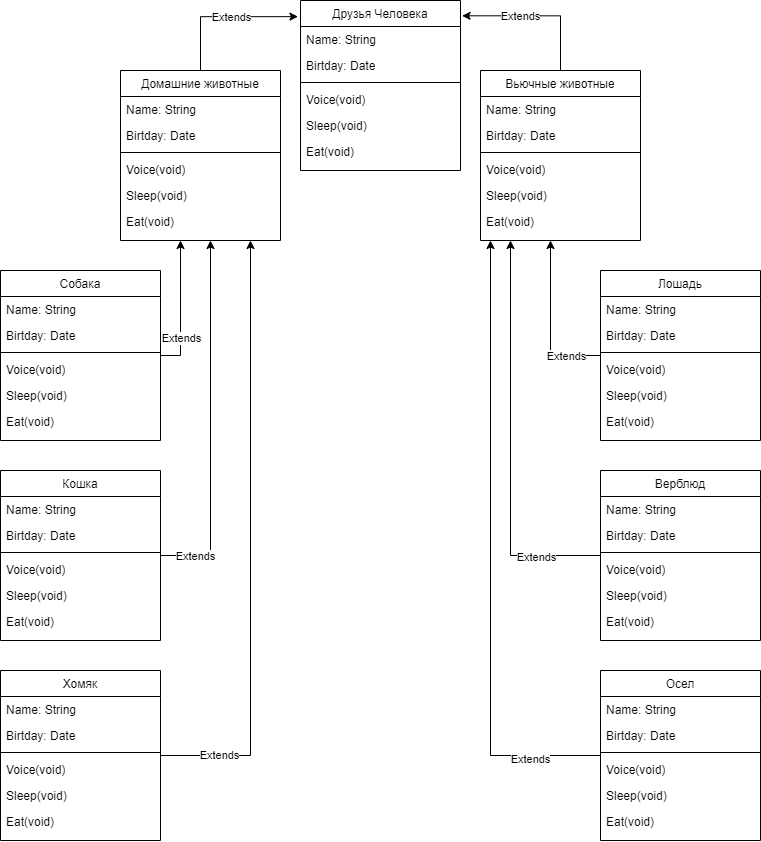
Before: Scrinshots/Диограмма.drawio.png, a diagram exported from draw.io (ZhekaProff/Final-certification). Source tidied: cells renumbered, new cells last; positions are measured from the earlier drawing's top-left corner, leaving out a move shared by most shapes.
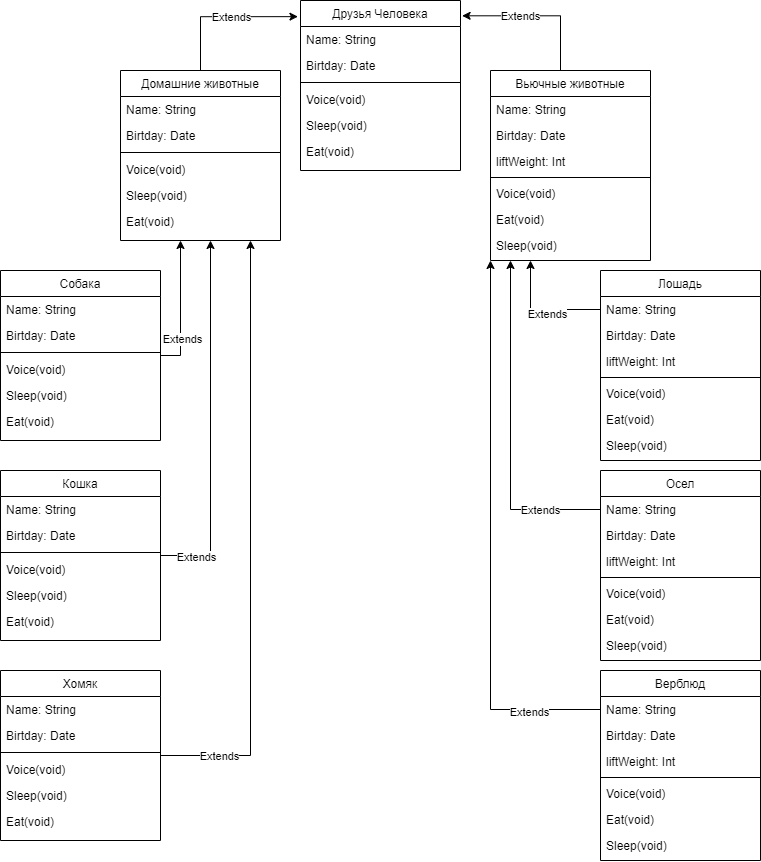
The same diagram one commit later.

Change to the diagram source:
```diff
@@ -50,8 +50,9 @@
     <mxCell id="17" value="Eat(void)" style="text;align=left;verticalAlign=top;spacingLeft=4;spacingRight=4;overflow=hidden;" parent="11" vertex="1">
       <mxGeometry y="138" width="160" height="26" as="geometry" />
     </mxCell>
-    <mxCell id="18" style="edgeStyle=orthogonalEdgeStyle;rounded=0;jettySize=auto;html=1;entryX=1.01;entryY=0.09;entryDx=0;entryDy=0;entryPerimeter=0;labelBorderColor=none;" parent="1" edge="1" source="20" target="2">
+    <mxCell id="18" style="edgeStyle=orthogonalEdgeStyle;rounded=0;jettySize=auto;html=1;entryX=1.01;entryY=0.09;entryDx=0;entryDy=0;entryPerimeter=0;labelBorderColor=none;" parent="1" edge="1" target="2">
       <mxGeometry relative="1" as="geometry">
+        <mxPoint x="560" y="70" as="sourcePoint" />
         <Array as="points">
           <mxPoint x="560" y="15" />
         </Array>
@@ -60,27 +61,6 @@
     <mxCell id="19" value="Extends" style="edgeLabel;html=1;align=center;verticalAlign=middle;" parent="18" vertex="1">
       <mxGeometry x="0.24" relative="1" as="geometry" />
     </mxCell>
-    <mxCell id="20" value="Вьючные животные" style="swimlane;fontStyle=0;align=center;verticalAlign=top;horizontal=1;startSize=26;rounded=0;shadow=0;strokeWidth=1;" parent="1" vertex="1">
-      <mxGeometry x="480" y="70" width="160" height="170" as="geometry" />
-    </mxCell>
-    <mxCell id="21" value="Name: String" style="text;align=left;verticalAlign=top;spacingLeft=4;spacingRight=4;overflow=hidden;" parent="20" vertex="1">
-      <mxGeometry y="26" width="160" height="26" as="geometry" />
-    </mxCell>
-    <mxCell id="22" value="Birtday: Date" style="text;align=left;verticalAlign=top;spacingLeft=4;spacingRight=4;overflow=hidden;rounded=0;shadow=0;html=0;" parent="20" vertex="1">
-      <mxGeometry y="52" width="160" height="26" as="geometry" />
-    </mxCell>
-    <mxCell id="23" style="line;html=1;strokeWidth=1;align=left;verticalAlign=middle;spacingTop=-1;spacingLeft=3;spacingRight=3;labelPosition=right;" parent="20" vertex="1">
-      <mxGeometry y="78" width="160" height="8" as="geometry" />
-    </mxCell>
-    <mxCell id="24" value="Voice(void)" style="text;align=left;verticalAlign=top;spacingLeft=4;spacingRight=4;overflow=hidden;" parent="20" vertex="1">
-      <mxGeometry y="86" width="160" height="26" as="geometry" />
-    </mxCell>
-    <mxCell id="25" value="Sleep(void)" style="text;align=left;verticalAlign=top;spacingLeft=4;spacingRight=4;overflow=hidden;" parent="20" vertex="1">
-      <mxGeometry y="112" width="160" height="26" as="geometry" />
-    </mxCell>
-    <mxCell id="26" value="Eat(void)" style="text;align=left;verticalAlign=top;spacingLeft=4;spacingRight=4;overflow=hidden;" parent="20" vertex="1">
-      <mxGeometry y="138" width="160" height="26" as="geometry" />
-    </mxCell>
     <mxCell id="27" style="edgeStyle=orthogonalEdgeStyle;rounded=0;jettySize=auto;html=1;labelBorderColor=none;" parent="1" edge="1" source="29">
       <mxGeometry relative="1" as="geometry">
         <mxPoint x="180" y="240" as="targetPoint" />
@@ -168,92 +148,121 @@
     <mxCell id="53" value="Eat(void)" style="text;align=left;verticalAlign=top;spacingLeft=4;spacingRight=4;overflow=hidden;" parent="47" vertex="1">
       <mxGeometry y="138" width="160" height="26" as="geometry" />
     </mxCell>
-    <mxCell id="54" style="edgeStyle=orthogonalEdgeStyle;rounded=0;jettySize=auto;html=1;labelBorderColor=none;" parent="1" edge="1" source="56">
-      <mxGeometry relative="1" as="geometry">
-        <mxPoint x="550" y="240" as="targetPoint" />
-      </mxGeometry>
-    </mxCell>
-    <mxCell id="55" value="Extends" style="edgeLabel;html=1;align=center;verticalAlign=middle;" parent="54" vertex="1">
-      <mxGeometry x="-0.59" y="1" relative="1" as="geometry" />
-    </mxCell>
+    <mxCell id="20" value="Вьючные животные" style="swimlane;fontStyle=0;align=center;verticalAlign=top;horizontal=1;startSize=26;rounded=0;shadow=0;strokeWidth=1;" parent="1" vertex="1">
+      <mxGeometry x="490" y="70" width="160" height="190" as="geometry" />
+    </mxCell>
+    <mxCell id="81" value="Name: String" style="text;align=left;verticalAlign=top;spacingLeft=4;spacingRight=4;overflow=hidden;" parent="20" vertex="1">
+      <mxGeometry y="26" width="160" height="26" as="geometry" />
+    </mxCell>
+    <mxCell id="82" value="Birtday: Date" style="text;align=left;verticalAlign=top;spacingLeft=4;spacingRight=4;overflow=hidden;rounded=0;shadow=0;html=0;" parent="20" vertex="1">
+      <mxGeometry y="52" width="160" height="26" as="geometry" />
+    </mxCell>
+    <mxCell id="83" value="liftWeight: Int" style="text;align=left;verticalAlign=top;spacingLeft=4;spacingRight=4;overflow=hidden;rounded=0;shadow=0;html=0;" parent="20" vertex="1">
+      <mxGeometry y="78" width="160" height="26" as="geometry" />
+    </mxCell>
+    <mxCell id="84" style="line;html=1;strokeWidth=1;align=left;verticalAlign=middle;spacingTop=-1;spacingLeft=3;spacingRight=3;labelPosition=right;" parent="20" vertex="1">
+      <mxGeometry y="104" width="160" height="6" as="geometry" />
+    </mxCell>
+    <mxCell id="85" value="Voice(void)" style="text;align=left;verticalAlign=top;spacingLeft=4;spacingRight=4;overflow=hidden;" parent="20" vertex="1">
+      <mxGeometry y="110" width="160" height="26" as="geometry" />
+    </mxCell>
+    <mxCell id="86" value="Eat(void)" style="text;align=left;verticalAlign=top;spacingLeft=4;spacingRight=4;overflow=hidden;" parent="20" vertex="1">
+      <mxGeometry y="136" width="160" height="26" as="geometry" />
+    </mxCell>
+    <mxCell id="87" value="Sleep(void)" style="text;align=left;verticalAlign=top;spacingLeft=4;spacingRight=4;overflow=hidden;" parent="20" vertex="1">
+      <mxGeometry y="162" width="160" height="26" as="geometry" />
+    </mxCell>
     <mxCell id="56" value="Лошадь" style="swimlane;fontStyle=0;align=center;verticalAlign=top;horizontal=1;startSize=26;rounded=0;shadow=0;strokeWidth=1;" parent="1" vertex="1">
-      <mxGeometry x="600" y="270" width="160" height="170" as="geometry" />
+      <mxGeometry x="600" y="270" width="160" height="190" as="geometry" />
     </mxCell>
-    <mxCell id="57" value="Name: String" style="text;align=left;verticalAlign=top;spacingLeft=4;spacingRight=4;overflow=hidden;" parent="56" vertex="1">
-      <mxGeometry y="26" width="160" height="26" as="geometry" />
-    </mxCell>
-    <mxCell id="58" value="Birtday: Date" style="text;align=left;verticalAlign=top;spacingLeft=4;spacingRight=4;overflow=hidden;rounded=0;shadow=0;html=0;" parent="56" vertex="1">
-      <mxGeometry y="52" width="160" height="26" as="geometry" />
-    </mxCell>
-    <mxCell id="59" style="line;html=1;strokeWidth=1;align=left;verticalAlign=middle;spacingTop=-1;spacingLeft=3;spacingRight=3;labelPosition=right;" parent="56" vertex="1">
-      <mxGeometry y="78" width="160" height="8" as="geometry" />
-    </mxCell>
-    <mxCell id="60" value="Voice(void)" style="text;align=left;verticalAlign=top;spacingLeft=4;spacingRight=4;overflow=hidden;" parent="56" vertex="1">
-      <mxGeometry y="86" width="160" height="26" as="geometry" />
-    </mxCell>
-    <mxCell id="61" value="Sleep(void)" style="text;align=left;verticalAlign=top;spacingLeft=4;spacingRight=4;overflow=hidden;" parent="56" vertex="1">
-      <mxGeometry y="112" width="160" height="26" as="geometry" />
-    </mxCell>
-    <mxCell id="62" value="Eat(void)" style="text;align=left;verticalAlign=top;spacingLeft=4;spacingRight=4;overflow=hidden;" parent="56" vertex="1">
-      <mxGeometry y="138" width="160" height="26" as="geometry" />
-    </mxCell>
-    <mxCell id="63" style="edgeStyle=orthogonalEdgeStyle;rounded=0;jettySize=auto;html=1;labelBorderColor=none;" parent="1" edge="1" source="65">
-      <mxGeometry relative="1" as="geometry">
-        <mxPoint x="510" y="240" as="targetPoint" />
-      </mxGeometry>
-    </mxCell>
-    <mxCell id="64" value="Extends" style="edgeLabel;html=1;align=center;verticalAlign=middle;" parent="63" vertex="1">
-      <mxGeometry x="-0.68" y="2" relative="1" as="geometry" />
-    </mxCell>
+    <mxCell id="88" value="Name: String" style="text;align=left;verticalAlign=top;spacingLeft=4;spacingRight=4;overflow=hidden;points=[[0,0.5],[1,0.5]];portConstraint=eastwest;" parent="56" vertex="1">
+      <mxGeometry y="26" width="160" height="26" as="geometry" />
+    </mxCell>
+    <mxCell id="89" value="Birtday: Date" style="text;align=left;verticalAlign=top;spacingLeft=4;spacingRight=4;overflow=hidden;rounded=0;shadow=0;html=0;" parent="56" vertex="1">
+      <mxGeometry y="52" width="160" height="26" as="geometry" />
+    </mxCell>
+    <mxCell id="90" value="liftWeight: Int" style="text;align=left;verticalAlign=top;spacingLeft=4;spacingRight=4;overflow=hidden;rounded=0;shadow=0;html=0;" parent="56" vertex="1">
+      <mxGeometry y="78" width="160" height="26" as="geometry" />
+    </mxCell>
+    <mxCell id="91" style="line;html=1;strokeWidth=1;align=left;verticalAlign=middle;spacingTop=-1;spacingLeft=3;spacingRight=3;labelPosition=right;" parent="56" vertex="1">
+      <mxGeometry y="104" width="160" height="6" as="geometry" />
+    </mxCell>
+    <mxCell id="92" value="Voice(void)" style="text;align=left;verticalAlign=top;spacingLeft=4;spacingRight=4;overflow=hidden;" parent="56" vertex="1">
+      <mxGeometry y="110" width="160" height="26" as="geometry" />
+    </mxCell>
+    <mxCell id="93" value="Eat(void)" style="text;align=left;verticalAlign=top;spacingLeft=4;spacingRight=4;overflow=hidden;" parent="56" vertex="1">
+      <mxGeometry y="136" width="160" height="26" as="geometry" />
+    </mxCell>
+    <mxCell id="94" value="Sleep(void)" style="text;align=left;verticalAlign=top;spacingLeft=4;spacingRight=4;overflow=hidden;" parent="56" vertex="1">
+      <mxGeometry y="162" width="160" height="26" as="geometry" />
+    </mxCell>
+    <mxCell id="74" value="Осел" style="swimlane;fontStyle=0;align=center;verticalAlign=top;horizontal=1;startSize=26;rounded=0;shadow=0;strokeWidth=1;" parent="1" vertex="1">
+      <mxGeometry x="600" y="470" width="160" height="190" as="geometry" />
+    </mxCell>
+    <mxCell id="95" style="edgeStyle=orthogonalEdgeStyle;rounded=0;jettySize=auto;html=1;labelBorderColor=none;" parent="74" edge="1" source="97">
+      <mxGeometry relative="1" as="geometry">
+        <mxPoint x="-90" y="-210" as="targetPoint" />
+      </mxGeometry>
+    </mxCell>
+    <mxCell id="96" value="Extends" style="edgeLabel;html=1;align=center;verticalAlign=middle;" parent="95" vertex="1">
+      <mxGeometry x="-0.64" relative="1" as="geometry" />
+    </mxCell>
+    <mxCell id="97" value="Name: String" style="text;align=left;verticalAlign=top;spacingLeft=4;spacingRight=4;overflow=hidden;points=[[0,0.5],[1,0.5]];portConstraint=eastwest;" parent="74" vertex="1">
+      <mxGeometry y="26" width="160" height="26" as="geometry" />
+    </mxCell>
+    <mxCell id="98" value="Birtday: Date" style="text;align=left;verticalAlign=top;spacingLeft=4;spacingRight=4;overflow=hidden;rounded=0;shadow=0;html=0;" parent="74" vertex="1">
+      <mxGeometry y="52" width="160" height="26" as="geometry" />
+    </mxCell>
+    <mxCell id="99" value="liftWeight: Int" style="text;align=left;verticalAlign=top;spacingLeft=4;spacingRight=4;overflow=hidden;rounded=0;shadow=0;html=0;" parent="74" vertex="1">
+      <mxGeometry y="78" width="160" height="26" as="geometry" />
+    </mxCell>
+    <mxCell id="100" style="line;html=1;strokeWidth=1;align=left;verticalAlign=middle;spacingTop=-1;spacingLeft=3;spacingRight=3;labelPosition=right;" parent="74" vertex="1">
+      <mxGeometry y="104" width="160" height="6" as="geometry" />
+    </mxCell>
+    <mxCell id="101" value="Voice(void)" style="text;align=left;verticalAlign=top;spacingLeft=4;spacingRight=4;overflow=hidden;" parent="74" vertex="1">
+      <mxGeometry y="110" width="160" height="26" as="geometry" />
+    </mxCell>
+    <mxCell id="102" value="Eat(void)" style="text;align=left;verticalAlign=top;spacingLeft=4;spacingRight=4;overflow=hidden;" parent="74" vertex="1">
+      <mxGeometry y="136" width="160" height="26" as="geometry" />
+    </mxCell>
+    <mxCell id="103" value="Sleep(void)" style="text;align=left;verticalAlign=top;spacingLeft=4;spacingRight=4;overflow=hidden;" parent="74" vertex="1">
+      <mxGeometry y="162" width="160" height="26" as="geometry" />
+    </mxCell>
     <mxCell id="65" value="Верблюд" style="swimlane;fontStyle=0;align=center;verticalAlign=top;horizontal=1;startSize=26;rounded=0;shadow=0;strokeWidth=1;" parent="1" vertex="1">
-      <mxGeometry x="600" y="470" width="160" height="170" as="geometry" />
+      <mxGeometry x="600" y="670" width="160" height="190" as="geometry" />
     </mxCell>
-    <mxCell id="66" value="Name: String" style="text;align=left;verticalAlign=top;spacingLeft=4;spacingRight=4;overflow=hidden;" parent="65" vertex="1">
-      <mxGeometry y="26" width="160" height="26" as="geometry" />
-    </mxCell>
-    <mxCell id="67" value="Birtday: Date" style="text;align=left;verticalAlign=top;spacingLeft=4;spacingRight=4;overflow=hidden;rounded=0;shadow=0;html=0;" parent="65" vertex="1">
-      <mxGeometry y="52" width="160" height="26" as="geometry" />
-    </mxCell>
-    <mxCell id="68" style="line;html=1;strokeWidth=1;align=left;verticalAlign=middle;spacingTop=-1;spacingLeft=3;spacingRight=3;labelPosition=right;" parent="65" vertex="1">
-      <mxGeometry y="78" width="160" height="8" as="geometry" />
-    </mxCell>
-    <mxCell id="69" value="Voice(void)" style="text;align=left;verticalAlign=top;spacingLeft=4;spacingRight=4;overflow=hidden;" parent="65" vertex="1">
-      <mxGeometry y="86" width="160" height="26" as="geometry" />
-    </mxCell>
-    <mxCell id="70" value="Sleep(void)" style="text;align=left;verticalAlign=top;spacingLeft=4;spacingRight=4;overflow=hidden;" parent="65" vertex="1">
-      <mxGeometry y="112" width="160" height="26" as="geometry" />
-    </mxCell>
-    <mxCell id="71" value="Eat(void)" style="text;align=left;verticalAlign=top;spacingLeft=4;spacingRight=4;overflow=hidden;" parent="65" vertex="1">
-      <mxGeometry y="138" width="160" height="26" as="geometry" />
-    </mxCell>
-    <mxCell id="72" style="edgeStyle=orthogonalEdgeStyle;rounded=0;jettySize=auto;html=1;labelBorderColor=none;" parent="1" edge="1" source="74">
-      <mxGeometry relative="1" as="geometry">
-        <mxPoint x="490" y="240" as="targetPoint" />
-      </mxGeometry>
-    </mxCell>
-    <mxCell id="73" value="Extends" style="edgeLabel;html=1;align=center;verticalAlign=middle;" parent="72" vertex="1">
-      <mxGeometry x="-0.78" y="4" relative="1" as="geometry" />
-    </mxCell>
-    <mxCell id="74" value="Осел" style="swimlane;fontStyle=0;align=center;verticalAlign=top;horizontal=1;startSize=26;rounded=0;shadow=0;strokeWidth=1;" parent="1" vertex="1">
-      <mxGeometry x="600" y="670" width="160" height="170" as="geometry" />
-    </mxCell>
-    <mxCell id="75" value="Name: String" style="text;align=left;verticalAlign=top;spacingLeft=4;spacingRight=4;overflow=hidden;" parent="74" vertex="1">
-      <mxGeometry y="26" width="160" height="26" as="geometry" />
-    </mxCell>
-    <mxCell id="76" value="Birtday: Date" style="text;align=left;verticalAlign=top;spacingLeft=4;spacingRight=4;overflow=hidden;rounded=0;shadow=0;html=0;" parent="74" vertex="1">
-      <mxGeometry y="52" width="160" height="26" as="geometry" />
-    </mxCell>
-    <mxCell id="77" style="line;html=1;strokeWidth=1;align=left;verticalAlign=middle;spacingTop=-1;spacingLeft=3;spacingRight=3;labelPosition=right;" parent="74" vertex="1">
-      <mxGeometry y="78" width="160" height="8" as="geometry" />
-    </mxCell>
-    <mxCell id="78" value="Voice(void)" style="text;align=left;verticalAlign=top;spacingLeft=4;spacingRight=4;overflow=hidden;" parent="74" vertex="1">
-      <mxGeometry y="86" width="160" height="26" as="geometry" />
-    </mxCell>
-    <mxCell id="79" value="Sleep(void)" style="text;align=left;verticalAlign=top;spacingLeft=4;spacingRight=4;overflow=hidden;" parent="74" vertex="1">
-      <mxGeometry y="112" width="160" height="26" as="geometry" />
-    </mxCell>
-    <mxCell id="80" value="Eat(void)" style="text;align=left;verticalAlign=top;spacingLeft=4;spacingRight=4;overflow=hidden;" parent="74" vertex="1">
-      <mxGeometry y="138" width="160" height="26" as="geometry" />
-    </mxCell>
+    <mxCell id="104" value="Name: String" style="text;align=left;verticalAlign=top;spacingLeft=4;spacingRight=4;overflow=hidden;points=[[0,0.5],[1,0.5]];portConstraint=eastwest;" parent="65" vertex="1">
+      <mxGeometry y="26" width="160" height="26" as="geometry" />
+    </mxCell>
+    <mxCell id="105" value="Birtday: Date" style="text;align=left;verticalAlign=top;spacingLeft=4;spacingRight=4;overflow=hidden;rounded=0;shadow=0;html=0;" parent="65" vertex="1">
+      <mxGeometry y="52" width="160" height="26" as="geometry" />
+    </mxCell>
+    <mxCell id="106" value="liftWeight: Int" style="text;align=left;verticalAlign=top;spacingLeft=4;spacingRight=4;overflow=hidden;rounded=0;shadow=0;html=0;" parent="65" vertex="1">
+      <mxGeometry y="78" width="160" height="26" as="geometry" />
+    </mxCell>
+    <mxCell id="107" style="line;html=1;strokeWidth=1;align=left;verticalAlign=middle;spacingTop=-1;spacingLeft=3;spacingRight=3;labelPosition=right;" parent="65" vertex="1">
+      <mxGeometry y="104" width="160" height="6" as="geometry" />
+    </mxCell>
+    <mxCell id="108" value="Voice(void)" style="text;align=left;verticalAlign=top;spacingLeft=4;spacingRight=4;overflow=hidden;" parent="65" vertex="1">
+      <mxGeometry y="110" width="160" height="26" as="geometry" />
+    </mxCell>
+    <mxCell id="109" value="Eat(void)" style="text;align=left;verticalAlign=top;spacingLeft=4;spacingRight=4;overflow=hidden;" parent="65" vertex="1">
+      <mxGeometry y="136" width="160" height="26" as="geometry" />
+    </mxCell>
+    <mxCell id="110" value="Sleep(void)" style="text;align=left;verticalAlign=top;spacingLeft=4;spacingRight=4;overflow=hidden;" parent="65" vertex="1">
+      <mxGeometry y="162" width="160" height="26" as="geometry" />
+    </mxCell>
+    <mxCell id="111" style="edgeStyle=orthogonalEdgeStyle;rounded=0;jettySize=auto;html=1;entryX=0;entryY=1;entryDx=0;entryDy=0;labelBorderColor=none;" parent="1" edge="1" source="104" target="20">
+      <mxGeometry relative="1" as="geometry" />
+    </mxCell>
+    <mxCell id="112" value="Extends" style="edgeLabel;html=1;align=center;verticalAlign=middle;" parent="111" vertex="1">
+      <mxGeometry x="-0.74" y="2" relative="1" as="geometry" />
+    </mxCell>
+    <mxCell id="113" style="edgeStyle=orthogonalEdgeStyle;rounded=0;jettySize=auto;html=1;entryX=0.25;entryY=1;entryDx=0;entryDy=0;labelBorderColor=none;" parent="1" edge="1" source="88" target="20">
+      <mxGeometry relative="1" as="geometry" />
+    </mxCell>
+    <mxCell id="114" value="Extends" style="edgeLabel;html=1;align=center;verticalAlign=middle;" parent="113" vertex="1">
+      <mxGeometry x="-0.09" y="4" relative="1" as="geometry" />
+    </mxCell>
   </root>
 </mxGraphModel>
```
